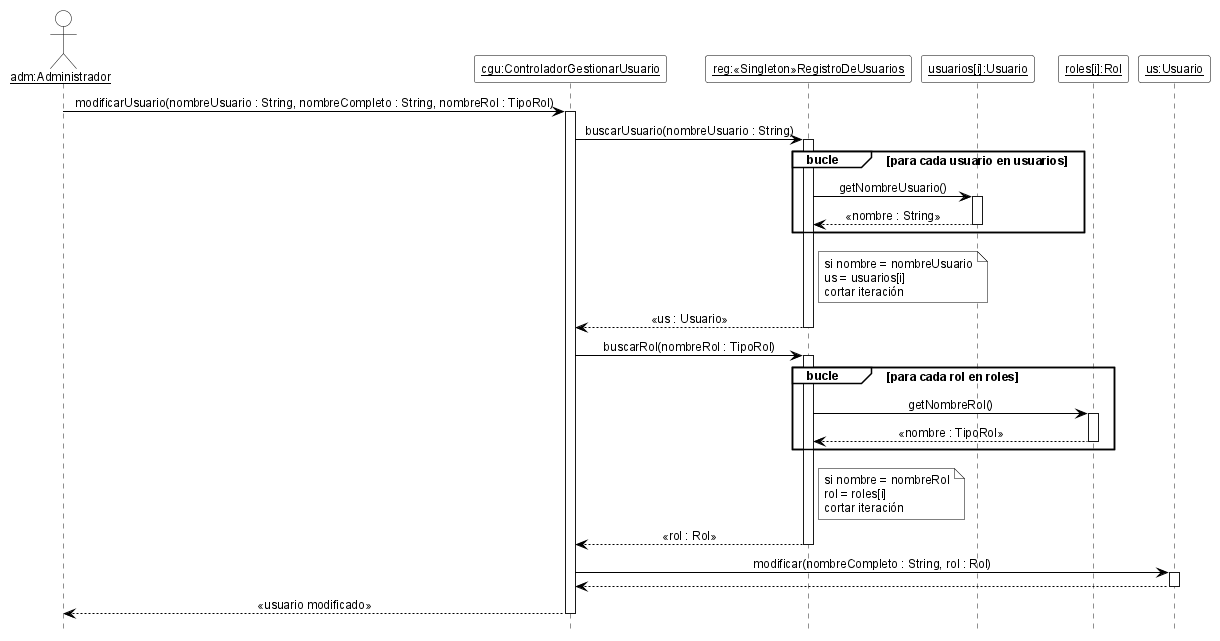
Earlier version of the PlantUML export 08-Diagrama De Secuencia/DSD_CU-02_modificarUsuario.png (cirotop/Stock-Project).
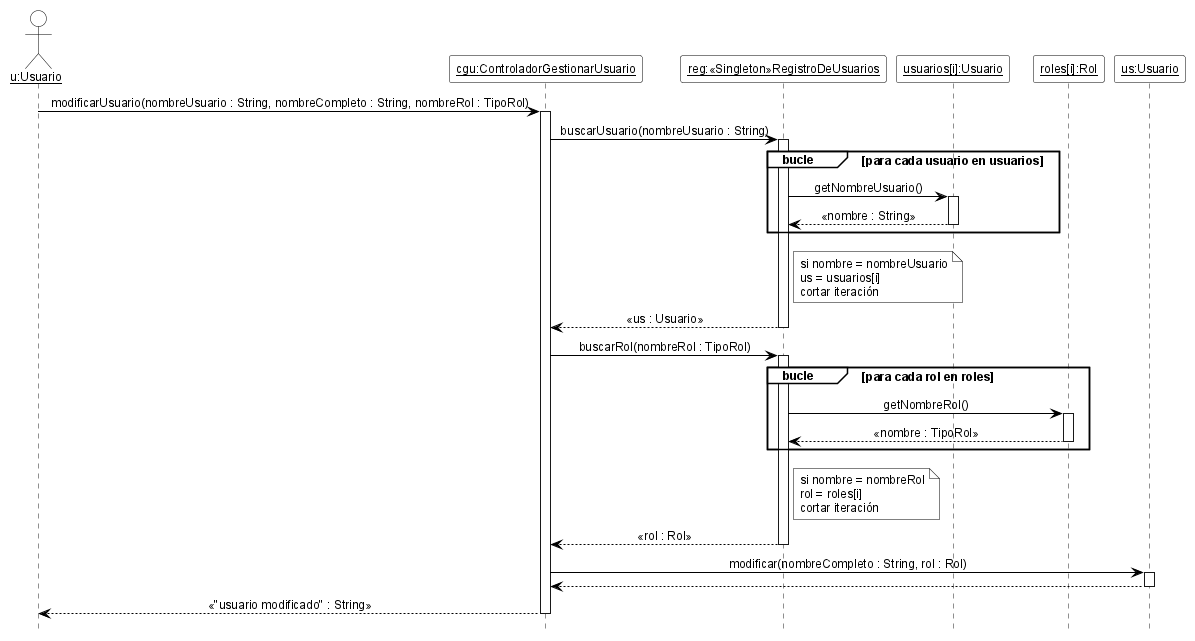
The same diagram one commit later.

The edit, as a diff of the source:
```diff
@@ -19,14 +19,14 @@
 skinparam NoteBackgroundColor white
 skinparam NoteBorderColor black
 
-actor "<u>adm:Administrador</u>" as adm
+actor "<u>u:Usuario</u>" as u
 participant "<u>cgu:ControladorGestionarUsuario</u>" as cgu
 participant "<u>reg:«Singleton»RegistroDeUsuarios</u>" as reg
 participant "<u>usuarios[i]:Usuario</u>" as ui
 participant "<u>roles[i]:Rol</u>" as ri
 participant "<u>us:Usuario</u>" as us
 
-adm -> cgu ++ : modificarUsuario(nombreUsuario : String, nombreCompleto : String, nombreRol : TipoRol)
+u -> cgu ++ : modificarUsuario(nombreUsuario : String, nombreCompleto : String, nombreRol : TipoRol)
 cgu -> reg ++ : buscarUsuario(nombreUsuario : String)
 group bucle [para cada usuario en usuarios]
   reg -> ui ++ : getNombreUsuario()
@@ -51,6 +51,6 @@
 reg --> cgu -- : «rol : Rol»
 cgu -> us ++ : modificar(nombreCompleto : String, rol : Rol)
 us --> cgu --
-cgu --> adm -- : «usuario modificado»
+cgu --> u -- : «"usuario modificado" : String»
 
 @enduml
```
